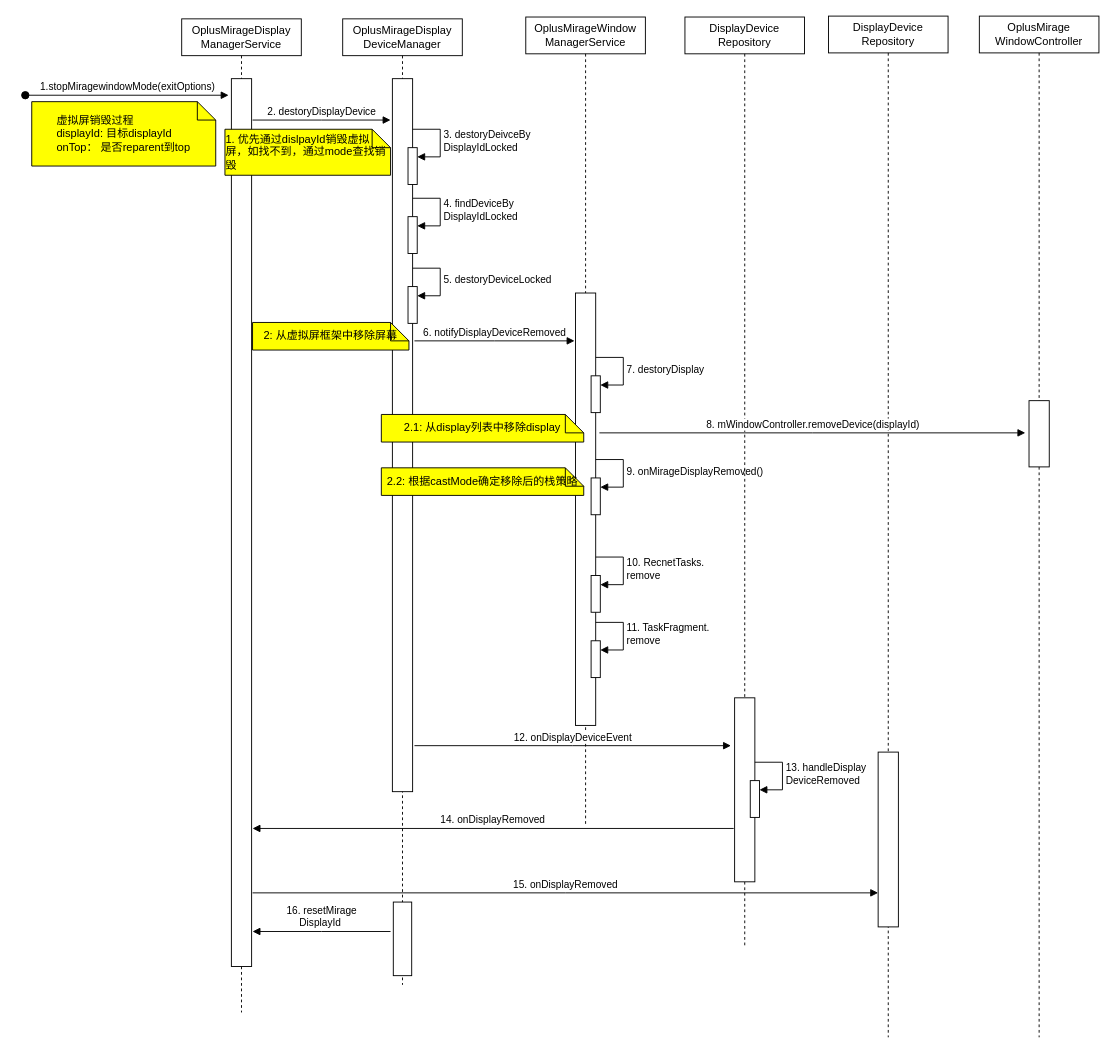
This is 销毁投屏.drawio from jcj123/-, a draw.io file, before an edit. Source tidied: cells renumbered, new cells numbered last; positions are measured from the earlier drawing's top-left corner, leaving out a move shared by most shapes. Both pictures are drawn from the tidied source at 92%, with x=0, y=0 at pixel (25, 16).
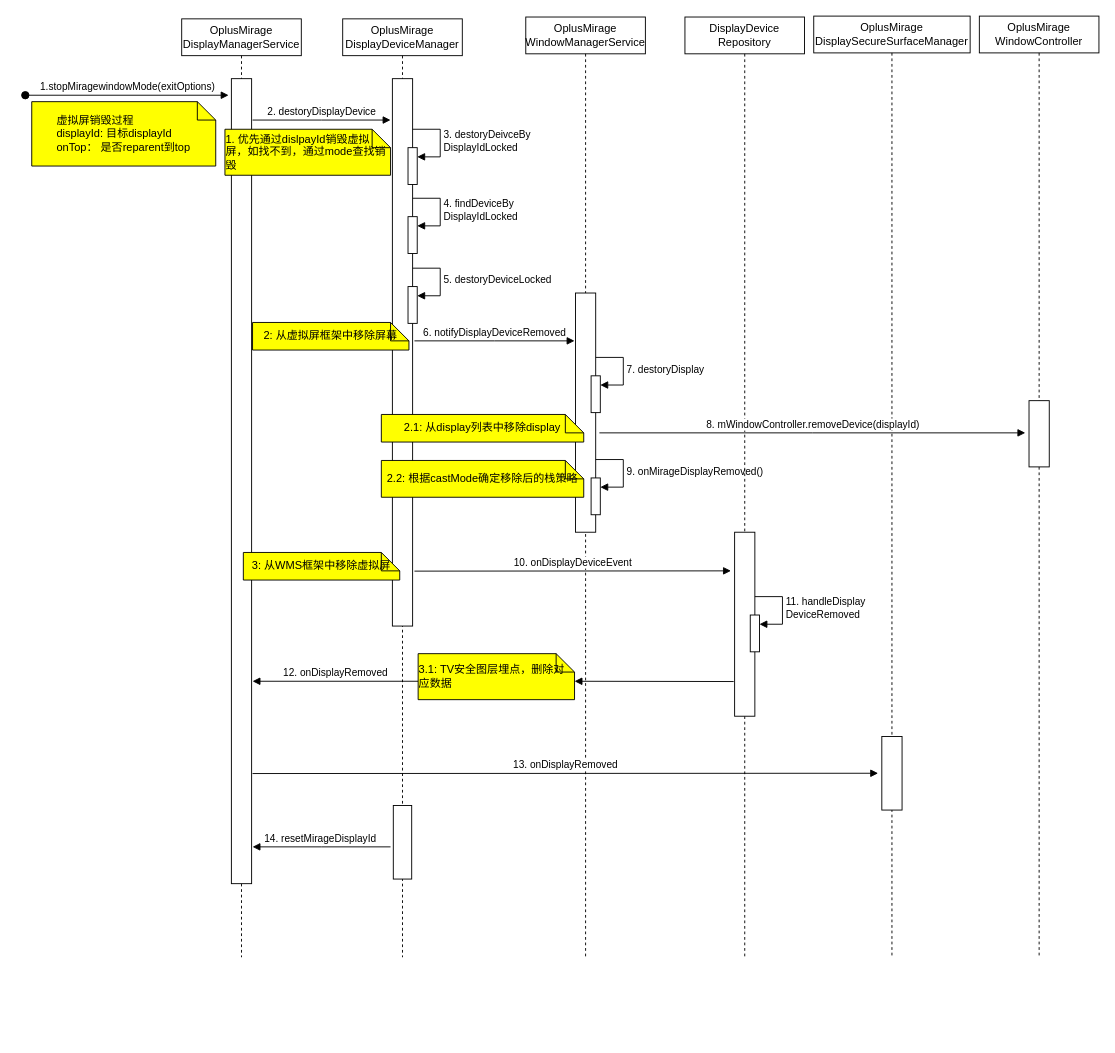
After the change.

Commit message (it also covers changes not shown here):
更新销毁投屏.drawio

The edit, as a diff of the source:
```diff
@@
-    <mxCell id="2" value="OplusMirageDisplay&lt;br&gt;ManagerService" style="shape=umlLifeline;perimeter=lifelinePerimeter;whiteSpace=wrap;html=1;newEdgeStyle={&quot;edgeStyle&quot;:&quot;elbowEdgeStyle&quot;,&quot;elbow&quot;:&quot;vertical&quot;,&quot;curved&quot;:0,&quot;rounded&quot;:0};" parent="1" vertex="1">
-      <mxGeometry x="170" y="3" width="130" height="1080" as="geometry" />
+    <mxCell id="2" value="OplusMirage&lt;br&gt;DisplayManagerService" style="shape=umlLifeline;perimeter=lifelinePerimeter;whiteSpace=wrap;html=1;newEdgeStyle={&quot;edgeStyle&quot;:&quot;elbowEdgeStyle&quot;,&quot;elbow&quot;:&quot;vertical&quot;,&quot;curved&quot;:0,&quot;rounded&quot;:0};" parent="1" vertex="1">
+      <mxGeometry x="170" y="3" width="130" height="1020" as="geometry" />
     </mxCell>
     <mxCell id="3" style="html=1;perimeter=orthogonalPerimeter;targetShapes=umlLifeline;newEdgeStyle={&quot;edgeStyle&quot;:&quot;elbowEdgeStyle&quot;,&quot;elbow&quot;:&quot;vertical&quot;,&quot;curved&quot;:0,&quot;rounded&quot;:0};" parent="2" vertex="1">
-      <mxGeometry x="54" y="65" width="22" height="965" as="geometry" />
+      <mxGeometry x="54" y="65" width="22" height="875" as="geometry" />
     </mxCell>
@@
-    <mxCell id="5" value="OplusMirageDisplay&lt;br&gt;DeviceManager" style="shape=umlLifeline;perimeter=lifelinePerimeter;whiteSpace=wrap;html=1;newEdgeStyle={&quot;edgeStyle&quot;:&quot;elbowEdgeStyle&quot;,&quot;elbow&quot;:&quot;vertical&quot;,&quot;curved&quot;:0,&quot;rounded&quot;:0};" parent="1" vertex="1">
-      <mxGeometry x="345" y="3" width="130" height="1050" as="geometry" />
+    <mxCell id="5" value="OplusMirage&lt;br&gt;DisplayDeviceManager" style="shape=umlLifeline;perimeter=lifelinePerimeter;whiteSpace=wrap;html=1;newEdgeStyle={&quot;edgeStyle&quot;:&quot;elbowEdgeStyle&quot;,&quot;elbow&quot;:&quot;vertical&quot;,&quot;curved&quot;:0,&quot;rounded&quot;:0};" parent="1" vertex="1">
+      <mxGeometry x="345" y="3" width="130" height="1020" as="geometry" />
     </mxCell>
     <mxCell id="6" style="html=1;perimeter=orthogonalPerimeter;targetShapes=umlLifeline;newEdgeStyle={&quot;edgeStyle&quot;:&quot;elbowEdgeStyle&quot;,&quot;elbow&quot;:&quot;vertical&quot;,&quot;curved&quot;:0,&quot;rounded&quot;:0};" parent="5" vertex="1">
-      <mxGeometry x="54" y="65" width="22" height="775" as="geometry" />
+      <mxGeometry x="54" y="65" width="22" height="595" as="geometry" />
     </mxCell>
@@
     <mxCell id="13" style="html=1;perimeter=orthogonalPerimeter;targetShapes=umlLifeline;newEdgeStyle={&quot;edgeStyle&quot;:&quot;elbowEdgeStyle&quot;,&quot;elbow&quot;:&quot;vertical&quot;,&quot;curved&quot;:0,&quot;rounded&quot;:0};" parent="5" vertex="1">
-      <mxGeometry x="55" y="960" width="20" height="80" as="geometry" />
+      <mxGeometry x="55" y="855" width="20" height="80" as="geometry" />
     </mxCell>
@@
-    <mxCell id="15" value="OplusMirageWindow&lt;br&gt;ManagerService" style="shape=umlLifeline;perimeter=lifelinePerimeter;whiteSpace=wrap;html=1;newEdgeStyle={&quot;edgeStyle&quot;:&quot;elbowEdgeStyle&quot;,&quot;elbow&quot;:&quot;vertical&quot;,&quot;curved&quot;:0,&quot;rounded&quot;:0};" parent="1" vertex="1">
-      <mxGeometry x="544" y="1" width="130" height="880" as="geometry" />
+    <mxCell id="15" value="OplusMirage&lt;br&gt;WindowManagerService" style="shape=umlLifeline;perimeter=lifelinePerimeter;whiteSpace=wrap;html=1;newEdgeStyle={&quot;edgeStyle&quot;:&quot;elbowEdgeStyle&quot;,&quot;elbow&quot;:&quot;vertical&quot;,&quot;curved&quot;:0,&quot;rounded&quot;:0};" parent="1" vertex="1">
+      <mxGeometry x="544" y="1" width="130" height="1022" as="geometry" />
     </mxCell>
     <mxCell id="16" style="html=1;perimeter=orthogonalPerimeter;targetShapes=umlLifeline;newEdgeStyle={&quot;edgeStyle&quot;:&quot;elbowEdgeStyle&quot;,&quot;elbow&quot;:&quot;vertical&quot;,&quot;curved&quot;:0,&quot;rounded&quot;:0};" parent="15" vertex="1">
-      <mxGeometry x="54" y="300" width="22" height="470" as="geometry" />
+      <mxGeometry x="54" y="300" width="22" height="260" as="geometry" />
     </mxCell>
@@
-    <mxCell id="21" style="html=1;points=[];perimeter=orthogonalPerimeter;outlineConnect=0;targetShapes=umlLifeline;portConstraint=eastwest;newEdgeStyle={&quot;edgeStyle&quot;:&quot;elbowEdgeStyle&quot;,&quot;elbow&quot;:&quot;vertical&quot;,&quot;curved&quot;:0,&quot;rounded&quot;:0};" parent="15" vertex="1">
-      <mxGeometry x="71" y="607" width="10" height="40" as="geometry" />
-    </mxCell>
-    <mxCell id="22" value="10. RecnetTasks.&lt;br&gt;remove" style="html=1;align=left;spacingLeft=2;endArrow=block;rounded=0;edgeStyle=orthogonalEdgeStyle;curved=0;rounded=0;" parent="15" edge="1" target="21">
-      <mxGeometry relative="1" as="geometry">
-        <mxPoint x="76" y="587" as="sourcePoint" />
-        <Array as="points">
-          <mxPoint x="106" y="617" />
-        </Array>
-      </mxGeometry>
-    </mxCell>
-    <mxCell id="23" style="html=1;points=[];perimeter=orthogonalPerimeter;outlineConnect=0;targetShapes=umlLifeline;portConstraint=eastwest;newEdgeStyle={&quot;edgeStyle&quot;:&quot;elbowEdgeStyle&quot;,&quot;elbow&quot;:&quot;vertical&quot;,&quot;curved&quot;:0,&quot;rounded&quot;:0};" parent="15" vertex="1">
-      <mxGeometry x="71" y="678" width="10" height="40" as="geometry" />
-    </mxCell>
-    <mxCell id="24" value="11. TaskFragment.&lt;br&gt;remove" style="html=1;align=left;spacingLeft=2;endArrow=block;rounded=0;edgeStyle=orthogonalEdgeStyle;curved=0;rounded=0;" parent="15" edge="1" target="23">
-      <mxGeometry relative="1" as="geometry">
-        <mxPoint x="76" y="658" as="sourcePoint" />
-        <Array as="points">
-          <mxPoint x="106" y="688" />
-        </Array>
-      </mxGeometry>
-    </mxCell>
@@
     <mxCell id="26" value="DisplayDevice&lt;br&gt;Repository" style="shape=umlLifeline;perimeter=lifelinePerimeter;whiteSpace=wrap;html=1;newEdgeStyle={&quot;edgeStyle&quot;:&quot;elbowEdgeStyle&quot;,&quot;elbow&quot;:&quot;vertical&quot;,&quot;curved&quot;:0,&quot;rounded&quot;:0};" parent="1" vertex="1">
-      <mxGeometry x="717" y="1" width="130" height="1010" as="geometry" />
+      <mxGeometry x="717" y="1" width="130" height="1022" as="geometry" />
     </mxCell>
     <mxCell id="27" style="html=1;perimeter=orthogonalPerimeter;targetShapes=umlLifeline;newEdgeStyle={&quot;edgeStyle&quot;:&quot;elbowEdgeStyle&quot;,&quot;elbow&quot;:&quot;vertical&quot;,&quot;curved&quot;:0,&quot;rounded&quot;:0};" parent="26" vertex="1">
-      <mxGeometry x="54" y="740" width="22" height="200" as="geometry" />
+      <mxGeometry x="54" y="560" width="22" height="200" as="geometry" />
     </mxCell>
     <mxCell id="28" style="html=1;points=[];perimeter=orthogonalPerimeter;outlineConnect=0;targetShapes=umlLifeline;portConstraint=eastwest;newEdgeStyle={&quot;edgeStyle&quot;:&quot;elbowEdgeStyle&quot;,&quot;elbow&quot;:&quot;vertical&quot;,&quot;curved&quot;:0,&quot;rounded&quot;:0};" parent="26" vertex="1">
-      <mxGeometry x="71" y="830" width="10" height="40" as="geometry" />
+      <mxGeometry x="71" y="650" width="10" height="40" as="geometry" />
     </mxCell>
-    <mxCell id="29" value="13. handleDisplay&lt;br&gt;DeviceRemoved" style="html=1;align=left;spacingLeft=2;endArrow=block;rounded=0;edgeStyle=orthogonalEdgeStyle;curved=0;rounded=0;" parent="26" edge="1" target="28">
+    <mxCell id="29" value="11. handleDisplay&lt;br&gt;DeviceRemoved" style="html=1;align=left;spacingLeft=2;endArrow=block;rounded=0;edgeStyle=orthogonalEdgeStyle;curved=0;rounded=0;" parent="26" edge="1" target="28">
       <mxGeometry relative="1" as="geometry">
-        <mxPoint x="76" y="810" as="sourcePoint" />
+        <mxPoint x="76" y="630" as="sourcePoint" />
         <Array as="points">
-          <mxPoint x="106" y="840" />
+          <mxPoint x="106" y="660" />
         </Array>
       </mxGeometry>
     </mxCell>
-    <mxCell id="30" value="12. onDisplayDeviceEvent" style="html=1;verticalAlign=bottom;endArrow=block;edgeStyle=elbowEdgeStyle;elbow=vertical;curved=0;rounded=0;" parent="1" edge="1">
+    <mxCell id="30" value="10. onDisplayDeviceEvent" style="html=1;verticalAlign=bottom;endArrow=block;edgeStyle=elbowEdgeStyle;elbow=vertical;curved=0;rounded=0;" parent="1" edge="1">
       <mxGeometry relative="1" as="geometry">
-        <mxPoint x="423" y="793" as="sourcePoint" />
-        <mxPoint x="767" y="793" as="targetPoint" />
+        <mxPoint x="423" y="603.3" as="sourcePoint" />
+        <mxPoint x="767" y="603.3" as="targetPoint" />
       </mxGeometry>
     </mxCell>
-    <mxCell id="31" value="14. onDisplayRemoved" style="html=1;verticalAlign=bottom;endArrow=block;edgeStyle=elbowEdgeStyle;elbow=vertical;curved=0;rounded=0;" parent="1" edge="1">
+    <mxCell id="31" value="12. onDisplayRemoved" style="html=1;verticalAlign=bottom;endArrow=block;edgeStyle=elbowEdgeStyle;elbow=vertical;curved=0;rounded=0;" parent="1" edge="1" source="46">
       <mxGeometry relative="1" as="geometry">
-        <mxPoint x="770" y="883" as="sourcePoint" />
-        <mxPoint x="247" y="883" as="targetPoint" />
+        <mxPoint x="247" y="723.3" as="targetPoint" />
       </mxGeometry>
     </mxCell>
-    <mxCell id="32" value="DisplayDevice&lt;br&gt;Repository" style="shape=umlLifeline;perimeter=lifelinePerimeter;whiteSpace=wrap;html=1;newEdgeStyle={&quot;edgeStyle&quot;:&quot;elbowEdgeStyle&quot;,&quot;elbow&quot;:&quot;vertical&quot;,&quot;curved&quot;:0,&quot;rounded&quot;:0};" parent="1" vertex="1">
-      <mxGeometry x="873" width="130" height="1110" as="geometry" />
+    <mxCell id="32" value="OplusMirage&lt;br&gt;DisplaySecureSurfaceManager" style="shape=umlLifeline;perimeter=lifelinePerimeter;whiteSpace=wrap;html=1;newEdgeStyle={&quot;edgeStyle&quot;:&quot;elbowEdgeStyle&quot;,&quot;elbow&quot;:&quot;vertical&quot;,&quot;curved&quot;:0,&quot;rounded&quot;:0};" parent="1" vertex="1">
+      <mxGeometry x="857" width="170" height="1023" as="geometry" />
     </mxCell>
     <mxCell id="33" style="html=1;perimeter=orthogonalPerimeter;targetShapes=umlLifeline;newEdgeStyle={&quot;edgeStyle&quot;:&quot;elbowEdgeStyle&quot;,&quot;elbow&quot;:&quot;vertical&quot;,&quot;curved&quot;:0,&quot;rounded&quot;:0};" parent="32" vertex="1">
-      <mxGeometry x="54" y="800" width="22" height="190" as="geometry" />
+      <mxGeometry x="74" y="783" width="22" height="80" as="geometry" />
     </mxCell>
-    <mxCell id="34" value="15. onDisplayRemoved" style="html=1;verticalAlign=bottom;endArrow=block;edgeStyle=elbowEdgeStyle;elbow=vertical;curved=0;rounded=0;" parent="1" edge="1">
+    <mxCell id="34" value="13. onDisplayRemoved" style="html=1;verticalAlign=bottom;endArrow=block;edgeStyle=elbowEdgeStyle;elbow=vertical;curved=0;rounded=0;" parent="1" edge="1">
       <mxGeometry relative="1" as="geometry">
-        <mxPoint x="247" y="953" as="sourcePoint" />
-        <mxPoint x="927" y="953" as="targetPoint" />
+        <mxPoint x="247" y="823.3" as="sourcePoint" />
+        <mxPoint x="927" y="823.3" as="targetPoint" />
       </mxGeometry>
     </mxCell>
-    <mxCell id="35" value="16. resetMirage&lt;br&gt;DisplayId&amp;nbsp;" style="html=1;verticalAlign=bottom;endArrow=block;edgeStyle=elbowEdgeStyle;elbow=vertical;curved=0;rounded=0;" parent="1" edge="1">
+    <mxCell id="35" value="14. resetMirageDisplayId&amp;nbsp;" style="html=1;verticalAlign=bottom;endArrow=block;edgeStyle=elbowEdgeStyle;elbow=vertical;curved=0;rounded=0;" parent="1" edge="1">
       <mxGeometry relative="1" as="geometry">
-        <mxPoint x="397" y="995" as="sourcePoint" />
-        <mxPoint x="247" y="995" as="targetPoint" />
+        <mxPoint x="397" y="903" as="sourcePoint" />
+        <mxPoint x="247" y="903" as="targetPoint" />
       </mxGeometry>
     </mxCell>
@@
     <mxCell id="39" value="OplusMirage&lt;br&gt;WindowController" style="shape=umlLifeline;perimeter=lifelinePerimeter;whiteSpace=wrap;html=1;newEdgeStyle={&quot;edgeStyle&quot;:&quot;elbowEdgeStyle&quot;,&quot;elbow&quot;:&quot;vertical&quot;,&quot;curved&quot;:0,&quot;rounded&quot;:0};" parent="1" vertex="1">
-      <mxGeometry x="1037" width="130" height="1110" as="geometry" />
+      <mxGeometry x="1037" width="130" height="1023" as="geometry" />
     </mxCell>
@@
     <mxCell id="43" value="&lt;div style=&quot;text-align: left;&quot;&gt;2.2: 根据castMode确定移除后的栈策略&lt;/div&gt;" style="shape=note;size=20;whiteSpace=wrap;html=1;fillColor=#FFFF00;" parent="1" vertex="1">
-      <mxGeometry x="387" y="491" width="220" height="30" as="geometry" />
+      <mxGeometry x="387" y="483" width="220" height="40" as="geometry" />
     </mxCell>
+    <mxCell id="44" value="&lt;div style=&quot;text-align: left;&quot;&gt;3: 从WMS框架中移除虚拟屏&lt;/div&gt;" style="shape=note;size=20;whiteSpace=wrap;html=1;fillColor=#FFFF00;" parent="1" vertex="1">
+      <mxGeometry x="237" y="583" width="170" height="30" as="geometry" />
+    </mxCell>
+    <mxCell id="45" style="html=1;verticalAlign=bottom;endArrow=block;edgeStyle=elbowEdgeStyle;elbow=vertical;curved=0;rounded=0;" parent="1" edge="1" target="46">
+      <mxGeometry relative="1" as="geometry">
+        <mxPoint x="770" y="723.3" as="sourcePoint" />
+      </mxGeometry>
+    </mxCell>
+    <mxCell id="46" value="&lt;div style=&quot;text-align: left;&quot;&gt;3.1: TV安全图层埋点，删除对应数据&lt;/div&gt;" style="shape=note;size=20;whiteSpace=wrap;html=1;fillColor=#FFFF00;" parent="1" vertex="1">
+      <mxGeometry x="427" y="693" width="170" height="50" as="geometry" />
+    </mxCell>
```
